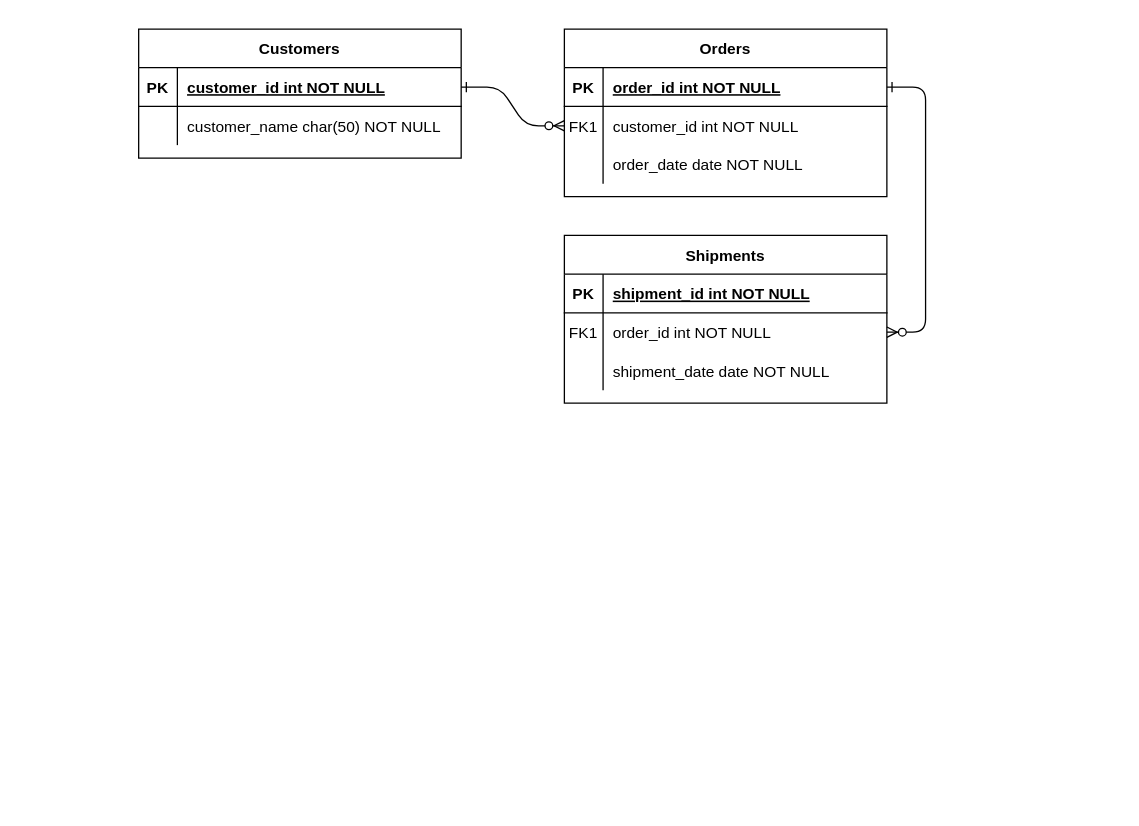
This is Untitled Diagram.drawio from idominguez25/Curso_JavaAngular, a draw.io file, before an edit. Source tidied: cells renumbered, new cells numbered last; positions are measured from the earlier drawing's top-left corner, leaving out a move shared by most shapes. Both pictures are drawn from the tidied source at 129%, with x=0, y=0 at pixel (138, 28).
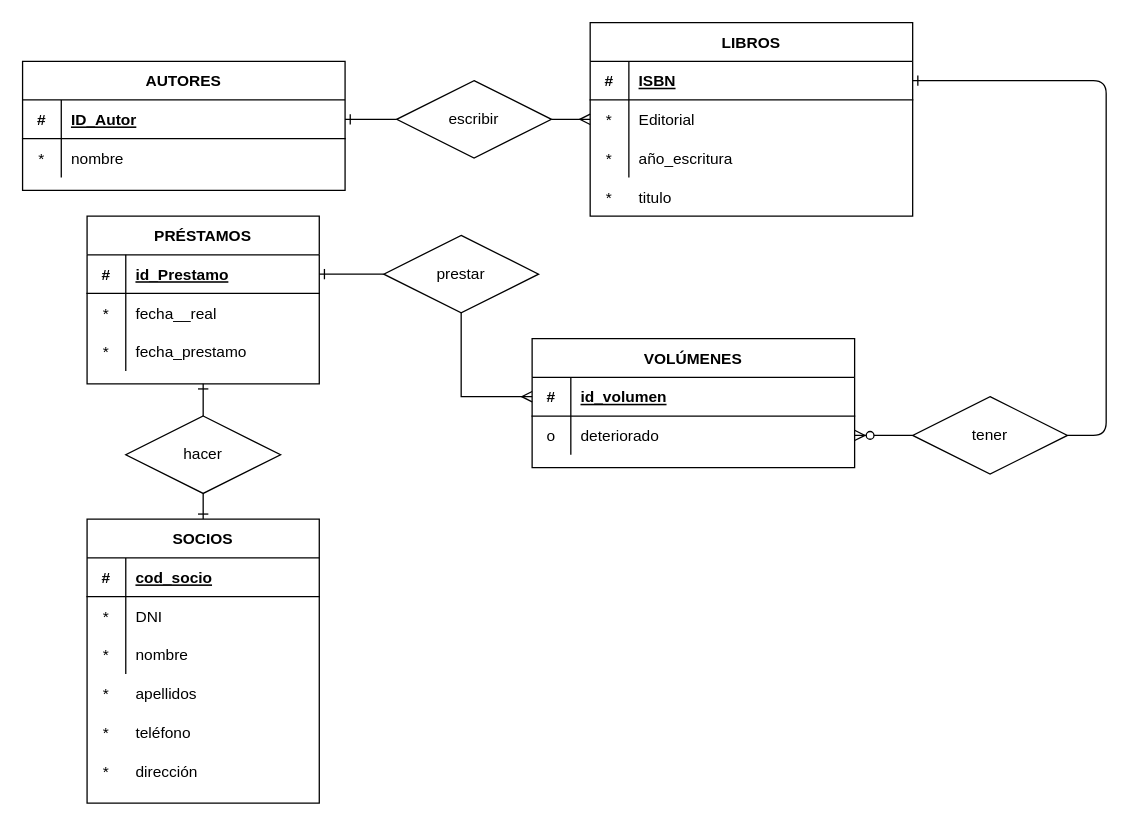
After the change.

Unchanged cells that the change refers to:
```xml
<mxCell id="5" style="shape=partialRectangle;fillColor=none;points=[[0,0.5],[1,0.5]];portConstraint=eastwest;top=0;left=0;right=0;bottom=1;" parent="4" vertex="1">
  <mxGeometry y="30" width="250" height="30" as="geometry" />
</mxCell>
<mxCell id="8" style="shape=partialRectangle;fillColor=none;points=[[0,0.5],[1,0.5]];portConstraint=eastwest;top=0;left=0;right=0;bottom=0;" parent="4" vertex="1">
  <mxGeometry y="60" width="250" height="30" as="geometry" />
</mxCell>
<mxCell id="11" style="shape=partialRectangle;fillColor=none;top=0;left=0;right=0;bottom=0;" parent="4" vertex="1">
  <mxGeometry y="90" width="250" height="30" as="geometry" />
</mxCell>
<mxCell id="15" style="shape=partialRectangle;fillColor=none;points=[[0,0.5],[1,0.5]];portConstraint=eastwest;top=0;left=0;right=0;bottom=1;" parent="14" vertex="1">
  <mxGeometry y="30" width="250" height="30" as="geometry" />
</mxCell>
<mxCell id="18" style="shape=partialRectangle;fillColor=none;points=[[0,0.5],[1,0.5]];portConstraint=eastwest;top=0;left=0;right=0;bottom=0;" parent="14" vertex="1">
  <mxGeometry y="60" width="250" height="30" as="geometry" />
</mxCell>
<mxCell id="25" style="shape=partialRectangle;fillColor=none;points=[[0,0.5],[1,0.5]];portConstraint=eastwest;top=0;left=0;right=0;bottom=1;" parent="24" vertex="1">
  <mxGeometry y="30" width="250" height="30" as="geometry" />
</mxCell>
<mxCell id="28" style="shape=partialRectangle;fillColor=none;top=0;left=0;right=0;bottom=0;" parent="24" vertex="1">
  <mxGeometry y="60" width="250" height="30" as="geometry" />
</mxCell>
```

What changed in the source:
```diff
@@
-    <mxCell id="2" style="edgeStyle=entityRelationEdgeStyle;endArrow=ERzeroToMany;startArrow=ERone;endFill=1;startFill=0;" parent="1" edge="1" source="25" target="8">
+    <mxCell id="2" style="edgeStyle=entityRelationEdgeStyle;endArrow=ERmany;startArrow=none;endFill=0;startFill=0;" parent="1" edge="1" source="37" target="8">
       <mxGeometry relative="1" as="geometry" />
     </mxCell>
-    <mxCell id="3" style="edgeStyle=entityRelationEdgeStyle;endArrow=ERzeroToMany;startArrow=ERone;endFill=1;startFill=0;" parent="1" edge="1" source="5" target="18">
+    <mxCell id="3" style="edgeStyle=entityRelationEdgeStyle;endArrow=ERzeroToMany;startArrow=none;endFill=1;startFill=0;rounded=0;" parent="1" edge="1" source="35" target="18">
       <mxGeometry relative="1" as="geometry" />
     </mxCell>
-    <mxCell id="4" value="Orders" style="shape=table;startSize=30;childLayout=tableLayout;rowLines=0;fontStyle=1;align=center;" parent="1" vertex="1">
-      <mxGeometry x="330" width="250" height="130" as="geometry" />
+    <mxCell id="4" value="LIBROS" style="shape=table;startSize=30;childLayout=tableLayout;rowLines=0;fontStyle=1;align=center;" parent="1" vertex="1">
+      <mxGeometry x="350" y="-5" width="250" height="150" as="geometry" />
     </mxCell>
@@
-    <mxCell id="6" value="PK" style="shape=partialRectangle;overflow=hidden;fillColor=none;top=0;left=0;bottom=0;right=0;fontStyle=1;" parent="5" vertex="1">
+    <mxCell id="6" value="#" style="shape=partialRectangle;overflow=hidden;fillColor=none;top=0;left=0;bottom=0;right=0;fontStyle=1;" parent="5" vertex="1">
       <mxGeometry width="30" height="30" as="geometry" />
     </mxCell>
-    <mxCell id="7" value="order_id int NOT NULL " style="shape=partialRectangle;overflow=hidden;fillColor=none;top=0;left=0;bottom=0;right=0;align=left;spacingLeft=6;fontStyle=5;" parent="5" vertex="1">
+    <mxCell id="7" value="ISBN" style="shape=partialRectangle;overflow=hidden;fillColor=none;top=0;left=0;bottom=0;right=0;align=left;spacingLeft=6;fontStyle=5;" parent="5" vertex="1">
       <mxGeometry x="30" width="220" height="30" as="geometry" />
     </mxCell>
@@
-    <mxCell id="9" value="FK1" style="shape=partialRectangle;overflow=hidden;fillColor=none;top=0;left=0;bottom=0;right=0;" parent="8" vertex="1">
+    <mxCell id="9" value="*" style="shape=partialRectangle;overflow=hidden;fillColor=none;top=0;left=0;bottom=0;right=0;" parent="8" vertex="1">
       <mxGeometry width="30" height="30" as="geometry" />
     </mxCell>
-    <mxCell id="10" value="customer_id int NOT NULL" style="shape=partialRectangle;overflow=hidden;fillColor=none;top=0;left=0;bottom=0;right=0;align=left;spacingLeft=6;" parent="8" vertex="1">
+    <mxCell id="10" value="Editorial" style="shape=partialRectangle;overflow=hidden;fillColor=none;top=0;left=0;bottom=0;right=0;align=left;spacingLeft=6;" parent="8" vertex="1">
       <mxGeometry x="30" width="220" height="30" as="geometry" />
     </mxCell>
@@
-    <mxCell id="12" style="shape=partialRectangle;overflow=hidden;fillColor=none;top=0;left=0;bottom=0;right=0;" parent="11" vertex="1">
+    <mxCell id="12" value="*" style="shape=partialRectangle;overflow=hidden;fillColor=none;top=0;left=0;bottom=0;right=0;" parent="11" vertex="1">
       <mxGeometry width="30" height="30" as="geometry" />
     </mxCell>
-    <mxCell id="13" value="order_date date NOT NULL" style="shape=partialRectangle;overflow=hidden;fillColor=none;top=0;left=0;bottom=0;right=0;align=left;spacingLeft=6;" parent="11" vertex="1">
+    <mxCell id="13" value="año_escritura" style="shape=partialRectangle;overflow=hidden;fillColor=none;top=0;left=0;bottom=0;right=0;align=left;spacingLeft=6;" parent="11" vertex="1">
       <mxGeometry x="30" width="220" height="30" as="geometry" />
     </mxCell>
-    <mxCell id="14" value="Shipments" style="shape=table;startSize=30;childLayout=tableLayout;rowLines=0;fontStyle=1;align=center;" parent="1" vertex="1">
-      <mxGeometry x="330" y="160" width="250" height="130" as="geometry" />
+    <mxCell id="14" value="VOLÚMENES" style="shape=table;startSize=30;childLayout=tableLayout;rowLines=0;fontStyle=1;align=center;" parent="1" vertex="1">
+      <mxGeometry x="305" y="240" width="250" height="100" as="geometry" />
     </mxCell>
@@
-    <mxCell id="16" value="PK" style="shape=partialRectangle;overflow=hidden;fillColor=none;top=0;left=0;bottom=0;right=0;fontStyle=1;" parent="15" vertex="1">
+    <mxCell id="16" value="#" style="shape=partialRectangle;overflow=hidden;fillColor=none;top=0;left=0;bottom=0;right=0;fontStyle=1;" parent="15" vertex="1">
       <mxGeometry width="30" height="30" as="geometry" />
     </mxCell>
-    <mxCell id="17" value="shipment_id int NOT NULL " style="shape=partialRectangle;overflow=hidden;fillColor=none;top=0;left=0;bottom=0;right=0;align=left;spacingLeft=6;fontStyle=5;" parent="15" vertex="1">
+    <mxCell id="17" value="id_volumen" style="shape=partialRectangle;overflow=hidden;fillColor=none;top=0;left=0;bottom=0;right=0;align=left;spacingLeft=6;fontStyle=5;" parent="15" vertex="1">
       <mxGeometry x="30" width="220" height="30" as="geometry" />
     </mxCell>
@@
-    <mxCell id="19" value="FK1" style="shape=partialRectangle;overflow=hidden;fillColor=none;top=0;left=0;bottom=0;right=0;" parent="18" vertex="1">
+    <mxCell id="19" value="o" style="shape=partialRectangle;overflow=hidden;fillColor=none;top=0;left=0;bottom=0;right=0;" parent="18" vertex="1">
       <mxGeometry width="30" height="30" as="geometry" />
     </mxCell>
-    <mxCell id="20" value="order_id int NOT NULL" style="shape=partialRectangle;overflow=hidden;fillColor=none;top=0;left=0;bottom=0;right=0;align=left;spacingLeft=6;" parent="18" vertex="1">
+    <mxCell id="20" value="deteriorado" style="shape=partialRectangle;overflow=hidden;fillColor=none;top=0;left=0;bottom=0;right=0;align=left;spacingLeft=6;" parent="18" vertex="1">
       <mxGeometry x="30" width="220" height="30" as="geometry" />
     </mxCell>
-    <mxCell id="21" style="shape=partialRectangle;fillColor=none;top=0;left=0;right=0;bottom=0;" parent="14" vertex="1">
-      <mxGeometry y="90" width="250" height="30" as="geometry" />
-    </mxCell>
-    <mxCell id="22" style="shape=partialRectangle;overflow=hidden;fillColor=none;top=0;left=0;bottom=0;right=0;" parent="21" vertex="1">
-      <mxGeometry width="30" height="30" as="geometry" />
-    </mxCell>
-    <mxCell id="23" value="shipment_date date NOT NULL" style="shape=partialRectangle;overflow=hidden;fillColor=none;top=0;left=0;bottom=0;right=0;align=left;spacingLeft=6;" parent="21" vertex="1">
-      <mxGeometry x="30" width="220" height="30" as="geometry" />
-    </mxCell>
-    <mxCell id="24" value="Customers" style="shape=table;startSize=30;childLayout=tableLayout;rowLines=0;fontStyle=1;align=center;" parent="1" vertex="1">
-      <mxGeometry width="250" height="100" as="geometry" />
+    <mxCell id="24" value="AUTORES" style="shape=table;startSize=30;childLayout=tableLayout;rowLines=0;fontStyle=1;align=center;" parent="1" vertex="1">
+      <mxGeometry x="-90" y="25" width="250" height="100" as="geometry" />
     </mxCell>
@@
-    <mxCell id="26" value="PK" style="shape=partialRectangle;overflow=hidden;fillColor=none;top=0;left=0;bottom=0;right=0;fontStyle=1;" parent="25" vertex="1">
+    <mxCell id="26" value="#" style="shape=partialRectangle;overflow=hidden;fillColor=none;top=0;left=0;bottom=0;right=0;fontStyle=1;" parent="25" vertex="1">
       <mxGeometry width="30" height="30" as="geometry" />
     </mxCell>
-    <mxCell id="27" value="customer_id int NOT NULL " style="shape=partialRectangle;overflow=hidden;fillColor=none;top=0;left=0;bottom=0;right=0;align=left;spacingLeft=6;fontStyle=5;" parent="25" vertex="1">
+    <mxCell id="27" value="ID_Autor" style="shape=partialRectangle;overflow=hidden;fillColor=none;top=0;left=0;bottom=0;right=0;align=left;spacingLeft=6;fontStyle=5;" parent="25" vertex="1">
       <mxGeometry x="30" width="220" height="30" as="geometry" />
     </mxCell>
@@
-    <mxCell id="29" style="shape=partialRectangle;overflow=hidden;fillColor=none;top=0;left=0;bottom=0;right=0;" parent="28" vertex="1">
+    <mxCell id="29" value="*" style="shape=partialRectangle;overflow=hidden;fillColor=none;top=0;left=0;bottom=0;right=0;" parent="28" vertex="1">
       <mxGeometry width="30" height="30" as="geometry" />
     </mxCell>
-    <mxCell id="30" value="customer_name char(50) NOT NULL" style="shape=partialRectangle;overflow=hidden;fillColor=none;top=0;left=0;bottom=0;right=0;align=left;spacingLeft=6;" parent="28" vertex="1">
+    <mxCell id="30" value="nombre" style="shape=partialRectangle;overflow=hidden;fillColor=none;top=0;left=0;bottom=0;right=0;align=left;spacingLeft=6;" parent="28" vertex="1">
       <mxGeometry x="30" width="220" height="30" as="geometry" />
     </mxCell>
+    <mxCell id="31" style="shape=partialRectangle;fillColor=none;top=0;left=0;right=0;bottom=0;" parent="1" vertex="1">
+      <mxGeometry x="350" y="115" width="250" height="30" as="geometry" />
+    </mxCell>
+    <mxCell id="32" value="*" style="shape=partialRectangle;overflow=hidden;fillColor=none;top=0;left=0;bottom=0;right=0;" parent="31" vertex="1">
+      <mxGeometry width="30" height="30" as="geometry" />
+    </mxCell>
+    <mxCell id="33" value="titulo" style="shape=partialRectangle;overflow=hidden;fillColor=none;top=0;left=0;bottom=0;right=0;align=left;spacingLeft=6;" parent="31" vertex="1">
+      <mxGeometry x="30" width="220" height="30" as="geometry" />
+    </mxCell>
+    <mxCell id="34" style="edgeStyle=entityRelationEdgeStyle;endArrow=none;startArrow=ERone;endFill=0;startFill=0;" parent="1" edge="1" source="25" target="37">
+      <mxGeometry relative="1" as="geometry" />
+    </mxCell>
+    <mxCell id="35" value="tener" style="shape=rhombus;perimeter=rhombusPerimeter;whiteSpace=wrap;html=1;align=center;" parent="1" vertex="1">
+      <mxGeometry x="600" y="285" width="120" height="60" as="geometry" />
+    </mxCell>
+    <mxCell id="36" style="edgeStyle=entityRelationEdgeStyle;endArrow=none;startArrow=ERone;endFill=0;startFill=0;" parent="1" edge="1" source="5" target="35">
+      <mxGeometry relative="1" as="geometry" />
+    </mxCell>
+    <mxCell id="37" value="escribir" style="shape=rhombus;perimeter=rhombusPerimeter;whiteSpace=wrap;html=1;align=center;" parent="1" vertex="1">
+      <mxGeometry x="200" y="40" width="120" height="60" as="geometry" />
+    </mxCell>
+    <mxCell id="38" style="edgeStyle=orthogonalEdgeStyle;rounded=0;jettySize=auto;html=1;exitX=0.5;exitY=1;exitDx=0;exitDy=0;startArrow=none;startFill=0;endArrow=ERone;endFill=0;" parent="1" edge="1" source="71" target="52">
+      <mxGeometry relative="1" as="geometry" />
+    </mxCell>
+    <mxCell id="39" value="PRÉSTAMOS" style="shape=table;startSize=30;childLayout=tableLayout;rowLines=0;fontStyle=1;align=center;" parent="1" vertex="1">
+      <mxGeometry x="-40" y="145" width="180" height="130" as="geometry" />
+    </mxCell>
+    <mxCell id="40" style="shape=partialRectangle;fillColor=none;top=0;left=0;bottom=1;right=0;points=[[0,0.5],[1,0.5]];portConstraint=eastwest;" parent="39" vertex="1">
+      <mxGeometry y="30" width="180" height="30" as="geometry" />
+    </mxCell>
+    <mxCell id="41" value="#" style="shape=partialRectangle;fillColor=none;top=0;left=0;bottom=0;right=0;fontStyle=1;overflow=hidden;" parent="40" vertex="1">
+      <mxGeometry width="30" height="30" as="geometry" />
+    </mxCell>
+    <mxCell id="42" value="id_Prestamo" style="shape=partialRectangle;fillColor=none;top=0;left=0;bottom=0;right=0;align=left;spacingLeft=6;fontStyle=5;overflow=hidden;" parent="40" vertex="1">
+      <mxGeometry x="30" width="150" height="30" as="geometry" />
+    </mxCell>
+    <mxCell id="43" style="shape=partialRectangle;fillColor=none;top=0;left=0;bottom=0;right=0;" parent="39" vertex="1">
+      <mxGeometry y="60" width="180" height="30" as="geometry" />
+    </mxCell>
+    <mxCell id="44" value="*" style="shape=partialRectangle;fillColor=none;top=0;left=0;bottom=0;right=0;overflow=hidden;" parent="43" vertex="1">
+      <mxGeometry width="30" height="30" as="geometry" />
+    </mxCell>
+    <mxCell id="45" value="fecha__real" style="shape=partialRectangle;fillColor=none;top=0;left=0;bottom=0;right=0;align=left;spacingLeft=6;overflow=hidden;" parent="43" vertex="1">
+      <mxGeometry x="30" width="150" height="30" as="geometry" />
+    </mxCell>
+    <mxCell id="46" style="shape=partialRectangle;fillColor=none;top=0;left=0;bottom=0;right=0;" parent="39" vertex="1">
+      <mxGeometry y="90" width="180" height="30" as="geometry" />
+    </mxCell>
+    <mxCell id="47" value="*" style="shape=partialRectangle;fillColor=none;top=0;left=0;bottom=0;right=0;overflow=hidden;" parent="46" vertex="1">
+      <mxGeometry width="30" height="30" as="geometry" />
+    </mxCell>
+    <mxCell id="48" value="fecha_prestamo" style="shape=partialRectangle;fillColor=none;top=0;left=0;bottom=0;right=0;align=left;spacingLeft=6;overflow=hidden;" parent="46" vertex="1">
+      <mxGeometry x="30" width="150" height="30" as="geometry" />
+    </mxCell>
+    <mxCell id="49" style="edgeStyle=orthogonalEdgeStyle;rounded=0;jettySize=auto;html=1;entryX=0;entryY=0.5;entryDx=0;entryDy=0;startArrow=none;startFill=0;endArrow=ERmany;endFill=0;" parent="1" edge="1" source="50" target="15">
+      <mxGeometry relative="1" as="geometry" />
+    </mxCell>
+    <mxCell id="50" value="prestar" style="shape=rhombus;perimeter=rhombusPerimeter;whiteSpace=wrap;html=1;align=center;" parent="1" vertex="1">
+      <mxGeometry x="190" y="160" width="120" height="60" as="geometry" />
+    </mxCell>
+    <mxCell id="51" style="edgeStyle=orthogonalEdgeStyle;rounded=0;jettySize=auto;html=1;entryX=0;entryY=0.5;entryDx=0;entryDy=0;startArrow=ERone;startFill=0;endArrow=none;endFill=0;" parent="1" edge="1" source="40" target="50">
+      <mxGeometry relative="1" as="geometry" />
+    </mxCell>
+    <mxCell id="52" value="SOCIOS" style="shape=table;startSize=30;childLayout=tableLayout;rowLines=0;fontStyle=1;align=center;" parent="1" vertex="1">
+      <mxGeometry x="-40" y="380" width="180" height="220" as="geometry" />
+    </mxCell>
+    <mxCell id="53" style="shape=partialRectangle;fillColor=none;top=0;left=0;bottom=1;right=0;" parent="52" vertex="1">
+      <mxGeometry y="30" width="180" height="30" as="geometry" />
+    </mxCell>
+    <mxCell id="54" value="#" style="shape=partialRectangle;fillColor=none;top=0;left=0;bottom=0;right=0;fontStyle=1;overflow=hidden;" parent="53" vertex="1">
+      <mxGeometry width="30" height="30" as="geometry" />
+    </mxCell>
+    <mxCell id="55" value="cod_socio" style="shape=partialRectangle;fillColor=none;top=0;left=0;bottom=0;right=0;align=left;spacingLeft=6;fontStyle=5;overflow=hidden;" parent="53" vertex="1">
+      <mxGeometry x="30" width="150" height="30" as="geometry" />
+    </mxCell>
+    <mxCell id="56" style="shape=partialRectangle;fillColor=none;top=0;left=0;bottom=0;right=0;" parent="52" vertex="1">
+      <mxGeometry y="60" width="180" height="30" as="geometry" />
+    </mxCell>
+    <mxCell id="57" value="*" style="shape=partialRectangle;fillColor=none;top=0;left=0;bottom=0;right=0;overflow=hidden;" parent="56" vertex="1">
+      <mxGeometry width="30" height="30" as="geometry" />
+    </mxCell>
+    <mxCell id="58" value="DNI" style="shape=partialRectangle;fillColor=none;top=0;left=0;bottom=0;right=0;align=left;spacingLeft=6;overflow=hidden;" parent="56" vertex="1">
+      <mxGeometry x="30" width="150" height="30" as="geometry" />
+    </mxCell>
+    <mxCell id="59" style="shape=partialRectangle;fillColor=none;top=0;left=0;bottom=0;right=0;" parent="52" vertex="1">
+      <mxGeometry y="90" width="180" height="30" as="geometry" />
+    </mxCell>
+    <mxCell id="60" value="*" style="shape=partialRectangle;fillColor=none;top=0;left=0;bottom=0;right=0;overflow=hidden;" parent="59" vertex="1">
+      <mxGeometry width="30" height="30" as="geometry" />
+    </mxCell>
+    <mxCell id="61" value="nombre" style="shape=partialRectangle;fillColor=none;top=0;left=0;bottom=0;right=0;align=left;spacingLeft=6;overflow=hidden;" parent="59" vertex="1">
+      <mxGeometry x="30" width="150" height="30" as="geometry" />
+    </mxCell>
+    <mxCell id="62" style="shape=partialRectangle;fillColor=none;top=0;left=0;bottom=0;right=0;" parent="1" vertex="1">
+      <mxGeometry x="-40" y="500" width="180" height="30" as="geometry" />
+    </mxCell>
+    <mxCell id="63" value="*" style="shape=partialRectangle;fillColor=none;top=0;left=0;bottom=0;right=0;overflow=hidden;" parent="62" vertex="1">
+      <mxGeometry width="30" height="30" as="geometry" />
+    </mxCell>
+    <mxCell id="64" value="apellidos" style="shape=partialRectangle;fillColor=none;top=0;left=0;bottom=0;right=0;align=left;spacingLeft=6;overflow=hidden;" parent="62" vertex="1">
+      <mxGeometry x="30" width="150" height="30" as="geometry" />
+    </mxCell>
+    <mxCell id="65" style="shape=partialRectangle;fillColor=none;top=0;left=0;bottom=0;right=0;" parent="1" vertex="1">
+      <mxGeometry x="-40" y="560" width="180" height="30" as="geometry" />
+    </mxCell>
+    <mxCell id="66" value="*" style="shape=partialRectangle;fillColor=none;top=0;left=0;bottom=0;right=0;overflow=hidden;" parent="65" vertex="1">
+      <mxGeometry width="30" height="30" as="geometry" />
+    </mxCell>
+    <mxCell id="67" value="dirección" style="shape=partialRectangle;fillColor=none;top=0;left=0;bottom=0;right=0;align=left;spacingLeft=6;overflow=hidden;" parent="65" vertex="1">
+      <mxGeometry x="30" width="150" height="30" as="geometry" />
+    </mxCell>
+    <mxCell id="68" style="shape=partialRectangle;fillColor=none;top=0;left=0;bottom=0;right=0;" parent="1" vertex="1">
+      <mxGeometry x="-40" y="530" width="180" height="30" as="geometry" />
+    </mxCell>
+    <mxCell id="69" value="*" style="shape=partialRectangle;fillColor=none;top=0;left=0;bottom=0;right=0;overflow=hidden;" parent="68" vertex="1">
+      <mxGeometry width="30" height="30" as="geometry" />
+    </mxCell>
+    <mxCell id="70" value="teléfono" style="shape=partialRectangle;fillColor=none;top=0;left=0;bottom=0;right=0;align=left;spacingLeft=6;overflow=hidden;" parent="68" vertex="1">
+      <mxGeometry x="30" width="150" height="30" as="geometry" />
+    </mxCell>
+    <mxCell id="71" value="hacer" style="shape=rhombus;perimeter=rhombusPerimeter;whiteSpace=wrap;html=1;align=center;" parent="1" vertex="1">
+      <mxGeometry x="-10" y="300" width="120" height="60" as="geometry" />
+    </mxCell>
+    <mxCell id="72" style="edgeStyle=orthogonalEdgeStyle;rounded=0;jettySize=auto;html=1;exitX=0.5;exitY=1;exitDx=0;exitDy=0;startArrow=ERone;startFill=0;endArrow=none;endFill=0;" parent="1" edge="1" source="39" target="71">
+      <mxGeometry relative="1" as="geometry" />
+    </mxCell>
```
